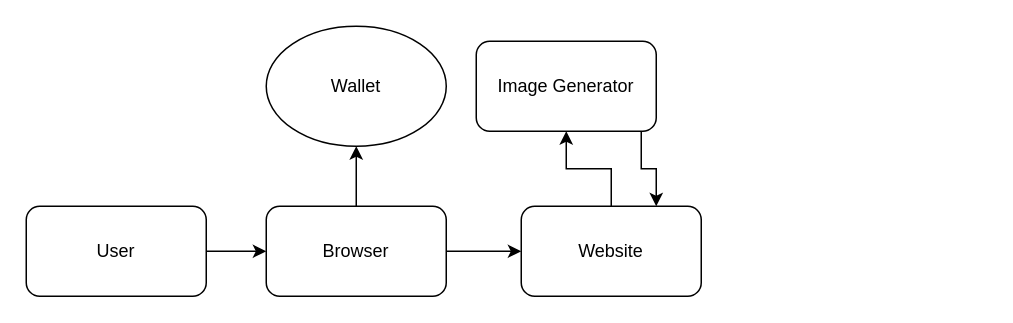
The draw.io diagram NFT.drawio in babangain/drawio, before the edit. Source tidied: cells renumbered, new cells numbered last; positions are measured from the earlier drawing's top-left corner, leaving out a move shared by most shapes. Both pictures are drawn from the tidied source at 150%, with x=0, y=0 at pixel (26, 26).
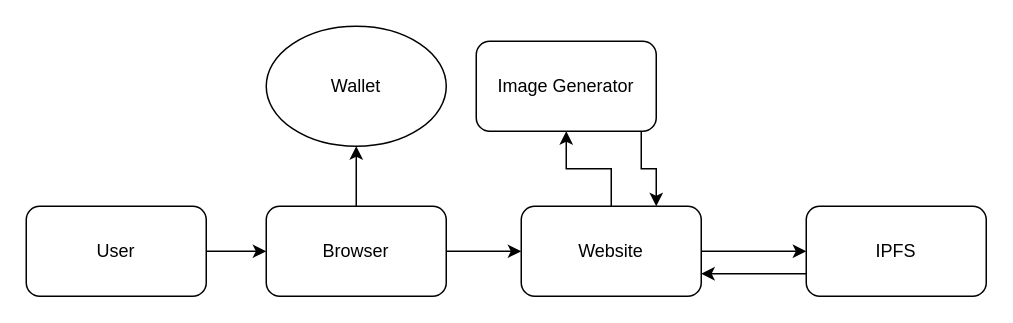
The same diagram, later.

Diff of the diagram source:
```diff
@@
 <mxGraphModel>
   <root>
     <mxCell id="0" />
     <mxCell id="1" parent="0" />
     <mxCell id="2" style="edgeStyle=orthogonalEdgeStyle;rounded=0;jettySize=auto;html=1;" parent="1" edge="1" source="3" target="6">
       <mxGeometry relative="1" as="geometry" />
     </mxCell>
     <mxCell id="3" value="User" style="rounded=1;whiteSpace=wrap;html=1;" parent="1" vertex="1">
       <mxGeometry y="120" width="120" height="60" as="geometry" />
     </mxCell>
     <mxCell id="4" style="edgeStyle=orthogonalEdgeStyle;rounded=0;jettySize=auto;html=1;" parent="1" edge="1" source="6" target="7">
       <mxGeometry relative="1" as="geometry" />
     </mxCell>
     <mxCell id="5" style="edgeStyle=orthogonalEdgeStyle;rounded=0;jettySize=auto;html=1;" parent="1" edge="1" source="6" target="9">
       <mxGeometry relative="1" as="geometry" />
     </mxCell>
     <mxCell id="6" value="Browser" style="rounded=1;whiteSpace=wrap;html=1;" parent="1" vertex="1">
       <mxGeometry x="160" y="120" width="120" height="60" as="geometry" />
     </mxCell>
     <mxCell id="7" value="Wallet" style="ellipse;whiteSpace=wrap;html=1;" parent="1" vertex="1">
       <mxGeometry x="160" width="120" height="80" as="geometry" />
     </mxCell>
     <mxCell id="8" style="edgeStyle=orthogonalEdgeStyle;rounded=0;jettySize=auto;html=1;" parent="1" edge="1" source="9" target="11">
       <mxGeometry relative="1" as="geometry" />
     </mxCell>
+    <mxCell id="12" style="edgeStyle=orthogonalEdgeStyle;rounded=0;jettySize=auto;html=1;" parent="1" edge="1" source="9" target="14">
+      <mxGeometry relative="1" as="geometry" />
+    </mxCell>
     <mxCell id="9" value="Website" style="whiteSpace=wrap;html=1;rounded=1;" parent="1" vertex="1">
       <mxGeometry x="330" y="120" width="120" height="60" as="geometry" />
     </mxCell>
     <mxCell id="10" style="edgeStyle=orthogonalEdgeStyle;rounded=0;jettySize=auto;html=1;entryX=0.75;entryY=0;entryDx=0;entryDy=0;" parent="1" edge="1" source="11" target="9">
       <mxGeometry relative="1" as="geometry">
         <Array as="points">
           <mxPoint x="410" y="95" />
           <mxPoint x="420" y="95" />
         </Array>
       </mxGeometry>
     </mxCell>
     <mxCell id="11" value="Image Generator" style="whiteSpace=wrap;html=1;rounded=1;" parent="1" vertex="1">
       <mxGeometry x="300" y="10" width="120" height="60" as="geometry" />
     </mxCell>
+    <mxCell id="13" style="edgeStyle=orthogonalEdgeStyle;rounded=0;jettySize=auto;html=1;entryX=1;entryY=0.75;entryDx=0;entryDy=0;exitX=0;exitY=0.75;exitDx=0;exitDy=0;" parent="1" edge="1" source="14" target="9">
+      <mxGeometry relative="1" as="geometry" />
+    </mxCell>
+    <mxCell id="14" value="IPFS" style="whiteSpace=wrap;html=1;rounded=1;" parent="1" vertex="1">
+      <mxGeometry x="520" y="120" width="120" height="60" as="geometry" />
+    </mxCell>
   </root>
 </mxGraphModel>
```
